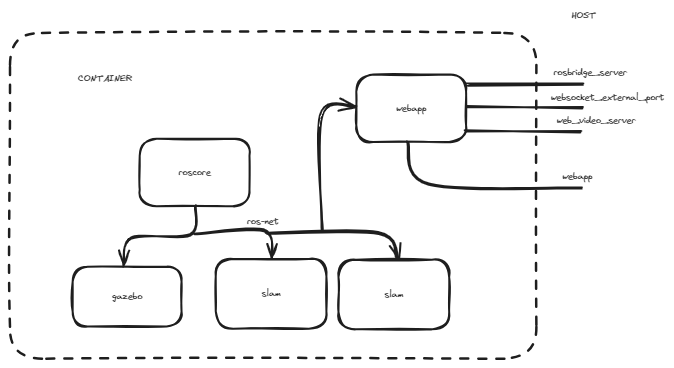
Above: ros1-sim.excalidraw.png in Andy-Leo10/tortoisebot_ros1_ci (Excalidraw), before the change. Source tidied: one line per element, renumbered; positions are measured from the earlier drawing's top-left corner, leaving out a move shared by most shapes. Source of this version:
```json
{"id": 0, "type": "rectangle", "strokeColor": "#1e1e1e", "strokeWidth": 2, "roughness": 1, "round": true, "x": 206, "y": 249, "width": 111, "height": 70}
{"id": 1, "type": "text", "text": "slam", "strokeColor": "#1e1e1e", "strokeWidth": 2, "roughness": 1, "fontSize": 9.0, "fontFamily": 1, "textAlign": "center", "verticalAlign": "middle", "inside": 0, "x": 252, "y": 278, "width": 19, "height": 11}
{"id": 2, "type": "rectangle", "strokeColor": "#1e1e1e", "strokeWidth": 2, "roughness": 1, "round": true, "x": 328, "y": 250, "width": 111, "height": 70}
{"id": 3, "type": "text", "text": "slam", "strokeColor": "#1e1e1e", "strokeWidth": 2, "roughness": 1, "fontSize": 9.0, "fontFamily": 1, "textAlign": "center", "verticalAlign": "middle", "inside": 2, "x": 374, "y": 279, "width": 19, "height": 11}
{"id": 4, "type": "rectangle", "strokeColor": "#1e1e1e", "strokeWidth": 2, "roughness": 1, "round": true, "x": 130, "y": 129, "width": 110, "height": 67}
{"id": 5, "type": "text", "text": "roscore", "strokeColor": "#1e1e1e", "strokeWidth": 2, "roughness": 1, "fontSize": 9.0, "fontFamily": 1, "textAlign": "center", "verticalAlign": "middle", "inside": 4, "x": 169, "y": 157, "width": 32, "height": 11}
{"id": 6, "type": "rectangle", "strokeColor": "#1e1e1e", "strokeWidth": 2, "roughness": 1, "round": true, "x": 346, "y": 65, "width": 110, "height": 67}
{"id": 7, "type": "text", "text": "webapp", "strokeColor": "#1e1e1e", "strokeWidth": 2, "roughness": 1, "fontSize": 9.0, "fontFamily": 1, "textAlign": "center", "verticalAlign": "middle", "inside": 6, "x": 386, "y": 93, "width": 30, "height": 11}
{"id": 8, "type": "rectangle", "strokeColor": "#1e1e1e", "strokeWidth": 2, "roughness": 1, "round": true, "x": 63, "y": 257, "width": 109, "height": 60}
{"id": 9, "type": "text", "text": "gazebo", "strokeColor": "#1e1e1e", "strokeWidth": 2, "roughness": 1, "fontSize": 9.0, "fontFamily": 1, "textAlign": "center", "verticalAlign": "middle", "inside": 8, "x": 102, "y": 281, "width": 30, "height": 11}
{"id": 10, "type": "arrow", "strokeColor": "#1e1e1e", "strokeWidth": 2, "roughness": 1, "endArrowhead": "arrow", "round": true, "from": 4, "to": 8, "x": 185, "y": 196, "width": 72, "height": 59, "points": [[0, 0], [-5, 28], [-64, 31], [-72, 59]]}
{"id": 11, "type": "arrow", "strokeColor": "#1e1e1e", "strokeWidth": 2, "roughness": 1, "endArrowhead": "arrow", "round": true, "to": 0, "x": 184, "y": 223, "width": 77, "height": 27, "points": [[0, 0], [69, -2], [77, 24]]}
{"id": 12, "type": "text", "text": "ros-net", "strokeColor": "#1e1e1e", "strokeWidth": 2, "roughness": 1, "fontSize": 9.0, "fontFamily": 1, "x": 237, "y": 206, "width": 32, "height": 11}
{"id": 13, "type": "rectangle", "strokeColor": "#1e1e1e", "strokeWidth": 2, "strokeStyle": "dashed", "roughness": 1, "round": true, "x": 0, "y": 23, "width": 526, "height": 326}
{"id": 14, "type": "text", "text": "HOST", "strokeColor": "#1e1e1e", "strokeWidth": 2, "roughness": 1, "fontSize": 9.0, "fontFamily": 1, "x": 561, "y": 0, "width": 24, "height": 11}
{"id": 15, "type": "text", "text": "CONTAINER", "strokeColor": "#1e1e1e", "strokeWidth": 2, "roughness": 1, "fontSize": 9.0, "fontFamily": 1, "x": 68, "y": 63, "width": 54, "height": 11}
{"id": 16, "type": "arrow", "strokeColor": "#1e1e1e", "strokeWidth": 2, "roughness": 1, "endArrowhead": "arrow", "round": true, "from": 12, "to": 2, "x": 257, "y": 224, "width": 130, "height": 26, "points": [[0, 0], [111, 0], [130, 26]]}
{"id": 17, "type": "arrow", "strokeColor": "#1e1e1e", "strokeWidth": 2, "roughness": 1, "endArrowhead": "arrow", "round": true, "to": 6, "x": 312, "y": 221, "width": 35, "height": 125, "points": [[0, 0], [-1, -115], [33, -125]]}
{"id": 18, "type": "line", "strokeColor": "#1e1e1e", "strokeWidth": 2, "roughness": 1, "round": true, "x": 457, "y": 75, "width": 116, "height": 1, "points": [[0, 0], [116, -1]]}
{"id": 19, "type": "line", "strokeColor": "#1e1e1e", "strokeWidth": 2, "roughness": 1, "round": true, "x": 457, "y": 98, "width": 116, "height": 1, "points": [[0, 0], [116, -1]]}
{"id": 20, "type": "line", "strokeColor": "#1e1e1e", "strokeWidth": 2, "roughness": 1, "round": true, "x": 455, "y": 121, "width": 116, "height": 1, "points": [[0, 0], [116, -1]]}
{"id": 21, "type": "line", "strokeColor": "#1e1e1e", "strokeWidth": 2, "roughness": 1, "round": true, "x": 398, "y": 132, "width": 173, "height": 46, "points": [[0, 0], [21, 42], [173, 46]]}
{"id": 22, "type": "text", "text": "webapp", "strokeColor": "#1e1e1e", "strokeWidth": 2, "roughness": 1, "fontSize": 9.0, "fontFamily": 1, "x": 552, "y": 161, "width": 30, "height": 11}
{"id": 23, "type": "text", "text": "rosbridge_server", "strokeColor": "#1e1e1e", "strokeWidth": 2, "roughness": 1, "fontSize": 9.0, "fontFamily": 1, "x": 543, "y": 57, "width": 73, "height": 11}
{"id": 24, "type": "text", "text": "websocket_external_port", "strokeColor": "#1e1e1e", "strokeWidth": 2, "roughness": 1, "fontSize": 9.0, "fontFamily": 1, "x": 541, "y": 82, "width": 113, "height": 11}
{"id": 25, "type": "text", "text": "web_video_server", "strokeColor": "#1e1e1e", "strokeWidth": 2, "roughness": 1, "fontSize": 9.0, "fontFamily": 1, "x": 547, "y": 105, "width": 79, "height": 11}
```
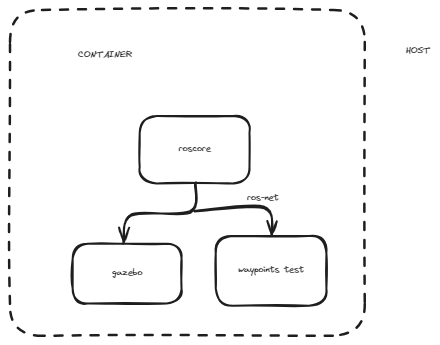
Above is the later version.

Commit message:
Add Docker commands for simulating waypoints in README.md

Diff of the diagram source:
```diff
@@ -1,26 +1,12 @@
 {"id": 0, "type": "rectangle", "strokeColor": "#1e1e1e", "strokeWidth": 2, "roughness": 1, "round": true, "x": 206, "y": 249, "width": 111, "height": 70}
-{"id": 1, "type": "text", "text": "slam", "strokeColor": "#1e1e1e", "strokeWidth": 2, "roughness": 1, "fontSize": 9.0, "fontFamily": 1, "textAlign": "center", "verticalAlign": "middle", "inside": 0, "x": 252, "y": 278, "width": 19, "height": 11}
+{"id": 1, "type": "text", "text": "waypoints test", "strokeColor": "#1e1e1e", "strokeWidth": 2, "roughness": 1, "fontSize": 9.0, "fontFamily": 1, "textAlign": "center", "verticalAlign": "middle", "inside": 0, "x": 228, "y": 278, "width": 66, "height": 11}
-{"id": 2, "type": "rectangle", "strokeColor": "#1e1e1e", "strokeWidth": 2, "roughness": 1, "round": true, "x": 328, "y": 250, "width": 111, "height": 70}
-{"id": 3, "type": "text", "text": "slam", "strokeColor": "#1e1e1e", "strokeWidth": 2, "roughness": 1, "fontSize": 9.0, "fontFamily": 1, "textAlign": "center", "verticalAlign": "middle", "inside": 2, "x": 374, "y": 279, "width": 19, "height": 11}
 {"id": 4, "type": "rectangle", "strokeColor": "#1e1e1e", "strokeWidth": 2, "roughness": 1, "round": true, "x": 130, "y": 129, "width": 110, "height": 67}
 {"id": 5, "type": "text", "text": "roscore", "strokeColor": "#1e1e1e", "strokeWidth": 2, "roughness": 1, "fontSize": 9.0, "fontFamily": 1, "textAlign": "center", "verticalAlign": "middle", "inside": 4, "x": 169, "y": 157, "width": 32, "height": 11}
-{"id": 6, "type": "rectangle", "strokeColor": "#1e1e1e", "strokeWidth": 2, "roughness": 1, "round": true, "x": 346, "y": 65, "width": 110, "height": 67}
-{"id": 7, "type": "text", "text": "webapp", "strokeColor": "#1e1e1e", "strokeWidth": 2, "roughness": 1, "fontSize": 9.0, "fontFamily": 1, "textAlign": "center", "verticalAlign": "middle", "inside": 6, "x": 386, "y": 93, "width": 30, "height": 11}
 {"id": 8, "type": "rectangle", "strokeColor": "#1e1e1e", "strokeWidth": 2, "roughness": 1, "round": true, "x": 63, "y": 257, "width": 109, "height": 60}
 {"id": 9, "type": "text", "text": "gazebo", "strokeColor": "#1e1e1e", "strokeWidth": 2, "roughness": 1, "fontSize": 9.0, "fontFamily": 1, "textAlign": "center", "verticalAlign": "middle", "inside": 8, "x": 102, "y": 281, "width": 30, "height": 11}
 {"id": 10, "type": "arrow", "strokeColor": "#1e1e1e", "strokeWidth": 2, "roughness": 1, "endArrowhead": "arrow", "round": true, "from": 4, "to": 8, "x": 185, "y": 196, "width": 72, "height": 59, "points": [[0, 0], [-5, 28], [-64, 31], [-72, 59]]}
 {"id": 11, "type": "arrow", "strokeColor": "#1e1e1e", "strokeWidth": 2, "roughness": 1, "endArrowhead": "arrow", "round": true, "to": 0, "x": 184, "y": 223, "width": 77, "height": 27, "points": [[0, 0], [69, -2], [77, 24]]}
 {"id": 12, "type": "text", "text": "ros-net", "strokeColor": "#1e1e1e", "strokeWidth": 2, "roughness": 1, "fontSize": 9.0, "fontFamily": 1, "x": 237, "y": 206, "width": 32, "height": 11}
-{"id": 13, "type": "rectangle", "strokeColor": "#1e1e1e", "strokeWidth": 2, "strokeStyle": "dashed", "roughness": 1, "round": true, "x": 0, "y": 23, "width": 526, "height": 326}
+{"id": 13, "type": "rectangle", "strokeColor": "#1e1e1e", "strokeWidth": 2, "strokeStyle": "dashed", "roughness": 1, "round": true, "x": 0, "y": 23, "width": 355, "height": 326}
-{"id": 14, "type": "text", "text": "HOST", "strokeColor": "#1e1e1e", "strokeWidth": 2, "roughness": 1, "fontSize": 9.0, "fontFamily": 1, "x": 561, "y": 0, "width": 24, "height": 11}
+{"id": 14, "type": "text", "text": "HOST", "strokeColor": "#1e1e1e", "strokeWidth": 2, "roughness": 1, "fontSize": 9.0, "fontFamily": 1, "x": 396, "y": 59, "width": 24, "height": 11}
 {"id": 15, "type": "text", "text": "CONTAINER", "strokeColor": "#1e1e1e", "strokeWidth": 2, "roughness": 1, "fontSize": 9.0, "fontFamily": 1, "x": 68, "y": 63, "width": 54, "height": 11}
-{"id": 16, "type": "arrow", "strokeColor": "#1e1e1e", "strokeWidth": 2, "roughness": 1, "endArrowhead": "arrow", "round": true, "from": 12, "to": 2, "x": 257, "y": 224, "width": 130, "height": 26, "points": [[0, 0], [111, 0], [130, 26]]}
-{"id": 17, "type": "arrow", "strokeColor": "#1e1e1e", "strokeWidth": 2, "roughness": 1, "endArrowhead": "arrow", "round": true, "to": 6, "x": 312, "y": 221, "width": 35, "height": 125, "points": [[0, 0], [-1, -115], [33, -125]]}
-{"id": 18, "type": "line", "strokeColor": "#1e1e1e", "strokeWidth": 2, "roughness": 1, "round": true, "x": 457, "y": 75, "width": 116, "height": 1, "points": [[0, 0], [116, -1]]}
-{"id": 19, "type": "line", "strokeColor": "#1e1e1e", "strokeWidth": 2, "roughness": 1, "round": true, "x": 457, "y": 98, "width": 116, "height": 1, "points": [[0, 0], [116, -1]]}
-{"id": 20, "type": "line", "strokeColor": "#1e1e1e", "strokeWidth": 2, "roughness": 1, "round": true, "x": 455, "y": 121, "width": 116, "height": 1, "points": [[0, 0], [116, -1]]}
-{"id": 21, "type": "line", "strokeColor": "#1e1e1e", "strokeWidth": 2, "roughness": 1, "round": true, "x": 398, "y": 132, "width": 173, "height": 46, "points": [[0, 0], [21, 42], [173, 46]]}
-{"id": 22, "type": "text", "text": "webapp", "strokeColor": "#1e1e1e", "strokeWidth": 2, "roughness": 1, "fontSize": 9.0, "fontFamily": 1, "x": 552, "y": 161, "width": 30, "height": 11}
-{"id": 23, "type": "text", "text": "rosbridge_server", "strokeColor": "#1e1e1e", "strokeWidth": 2, "roughness": 1, "fontSize": 9.0, "fontFamily": 1, "x": 543, "y": 57, "width": 73, "height": 11}
-{"id": 24, "type": "text", "text": "websocket_external_port", "strokeColor": "#1e1e1e", "strokeWidth": 2, "roughness": 1, "fontSize": 9.0, "fontFamily": 1, "x": 541, "y": 82, "width": 113, "height": 11}
-{"id": 25, "type": "text", "text": "web_video_server", "strokeColor": "#1e1e1e", "strokeWidth": 2, "roughness": 1, "fontSize": 9.0, "fontFamily": 1, "x": 547, "y": 105, "width": 79, "height": 11}
```
